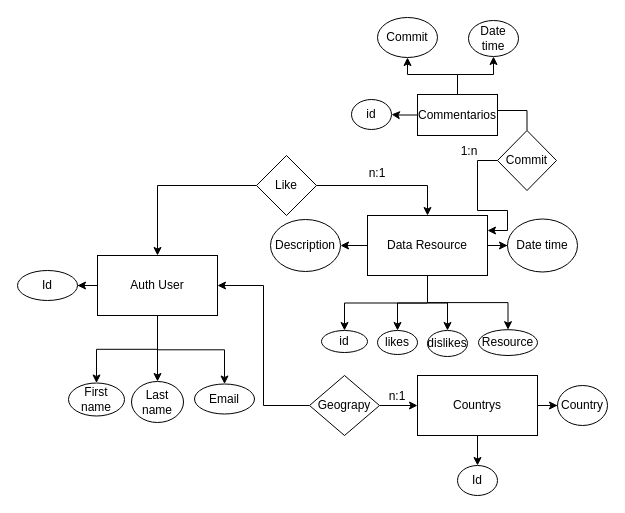
Earlier version of the draw.io diagram Diagrama sin título.drawio (Rich1308/Proyecto-Fashion-like). Source tidied: cells renumbered, new cells numbered last; positions are measured from the earlier drawing's top-left corner, leaving out a move shared by most shapes. Both pictures are drawn from the tidied source at 100%, with x=0, y=0 at pixel (17, 17).
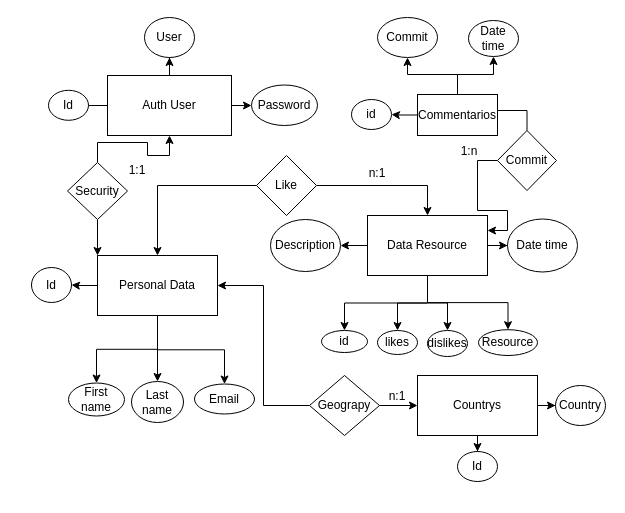
The same diagram, later.

Commit message:
Conceptual desing database finall.drawio

The edit, as a diff of the source:
```diff
@@
-    <mxCell id="6" value="Auth User" style="rounded=0;whiteSpace=wrap;html=1;" parent="1" vertex="1">
+    <mxCell id="6" value="Personal Data" style="rounded=0;whiteSpace=wrap;html=1;" parent="1" vertex="1">
       <mxGeometry x="80" y="238" width="120" height="60" as="geometry" />
     </mxCell>
     <mxCell id="7" value="Id" style="ellipse;whiteSpace=wrap;html=1;" parent="1" vertex="1">
-      <mxGeometry y="253" width="60" height="30" as="geometry" />
+      <mxGeometry x="14" y="250" width="40" height="35" as="geometry" />
     </mxCell>
@@
     <mxCell id="34" value="Id" style="ellipse;whiteSpace=wrap;html=1;" parent="1" vertex="1">
-      <mxGeometry x="440" y="448" width="40" height="30" as="geometry" />
+      <mxGeometry x="440" y="434" width="40" height="30" as="geometry" />
     </mxCell>
     <mxCell id="35" value="Country" style="ellipse;whiteSpace=wrap;html=1;" parent="1" vertex="1">
-      <mxGeometry x="540" y="368" width="50" height="40" as="geometry" />
+      <mxGeometry x="538" y="368" width="50" height="40" as="geometry" />
     </mxCell>
@@
+    <mxCell id="48" style="edgeStyle=orthogonalEdgeStyle;rounded=0;jettySize=auto;html=1;entryX=0;entryY=0;entryDx=0;entryDy=0;" parent="1" edge="1" source="50" target="6">
+      <mxGeometry relative="1" as="geometry" />
+    </mxCell>
+    <mxCell id="49" style="edgeStyle=orthogonalEdgeStyle;rounded=0;jettySize=auto;html=1;" parent="1" edge="1" source="50" target="54">
+      <mxGeometry relative="1" as="geometry" />
+    </mxCell>
+    <mxCell id="50" value="Security" style="rhombus;whiteSpace=wrap;html=1;" parent="1" vertex="1">
+      <mxGeometry x="50" y="145" width="60" height="57" as="geometry" />
+    </mxCell>
+    <mxCell id="51" style="edgeStyle=orthogonalEdgeStyle;rounded=0;jettySize=auto;html=1;" parent="1" edge="1" source="54" target="55">
+      <mxGeometry relative="1" as="geometry" />
+    </mxCell>
+    <mxCell id="52" style="edgeStyle=orthogonalEdgeStyle;rounded=0;jettySize=auto;html=1;entryX=0.5;entryY=1;entryDx=0;entryDy=0;" parent="1" edge="1" source="54" target="56">
+      <mxGeometry relative="1" as="geometry" />
+    </mxCell>
+    <mxCell id="53" style="edgeStyle=orthogonalEdgeStyle;rounded=0;jettySize=auto;html=1;" parent="1" edge="1" source="54" target="57">
+      <mxGeometry relative="1" as="geometry" />
+    </mxCell>
+    <mxCell id="54" value="Auth User" style="rounded=0;whiteSpace=wrap;html=1;" parent="1" vertex="1">
+      <mxGeometry x="90" y="58" width="124" height="60" as="geometry" />
+    </mxCell>
+    <mxCell id="55" value="Password" style="ellipse;whiteSpace=wrap;html=1;" parent="1" vertex="1">
+      <mxGeometry x="234" y="67.5" width="66" height="40.5" as="geometry" />
+    </mxCell>
+    <mxCell id="56" value="User" style="ellipse;whiteSpace=wrap;html=1;" parent="1" vertex="1">
+      <mxGeometry x="127" width="50" height="40" as="geometry" />
+    </mxCell>
+    <mxCell id="57" value="Id" style="ellipse;whiteSpace=wrap;html=1;" parent="1" vertex="1">
+      <mxGeometry x="31" y="72.8" width="40" height="30" as="geometry" />
+    </mxCell>
+    <mxCell id="58" value="1:1" style="text;html=1;strokeColor=none;fillColor=none;align=center;verticalAlign=middle;whiteSpace=wrap;rounded=0;" parent="1" vertex="1">
+      <mxGeometry x="90" y="138" width="60" height="30" as="geometry" />
+    </mxCell>
```
